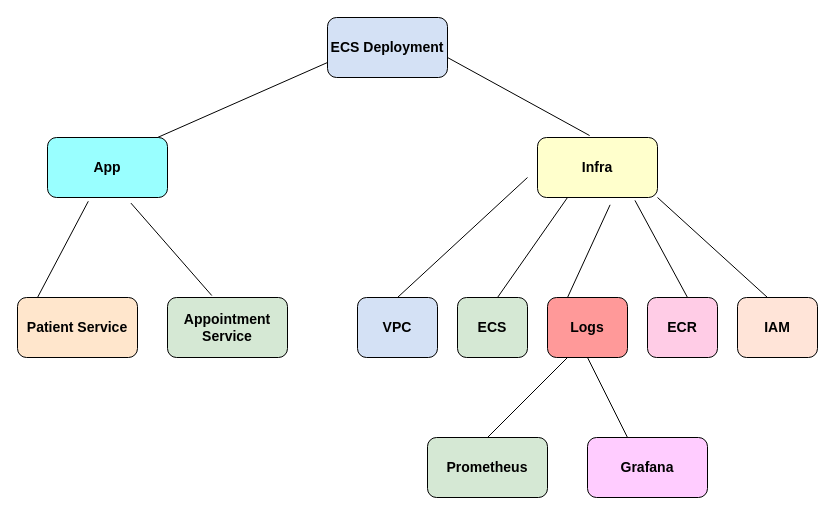
The draw.io diagram app/Untitled Diagram.drawio in agarapunaveen/NSH-usecase-1-demo, before the edit. Source tidied: cells renumbered, new cells numbered last; positions are measured from the earlier drawing's top-left corner, leaving out a move shared by most shapes. Both pictures are drawn from the tidied source at 100%, with x=0, y=0 at pixel (17, 17).
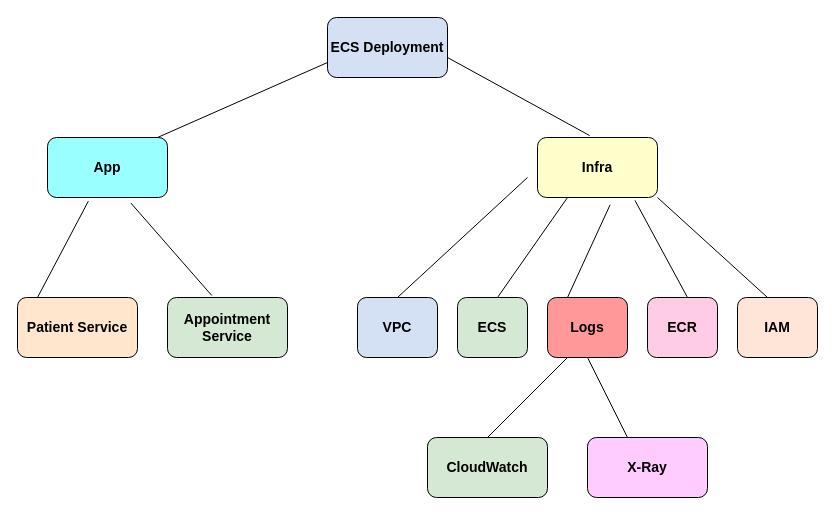
After the change.

Change to the diagram source:
```diff
@@
-    <mxCell id="12" value="&lt;b&gt;&lt;font style=&quot;font-size: 14px;&quot;&gt;Prometheus&lt;/font&gt;&lt;/b&gt;" style="rounded=1;whiteSpace=wrap;html=1;fillColor=light-dark(#D5E8D4,var(--ge-dark-color, #121212));" parent="1" vertex="1">
+    <mxCell id="12" value="&lt;b&gt;&lt;font style=&quot;font-size: 14px;&quot;&gt;CloudWatch&lt;/font&gt;&lt;/b&gt;" style="rounded=1;whiteSpace=wrap;html=1;fillColor=light-dark(#D5E8D4,var(--ge-dark-color, #121212));" parent="1" vertex="1">
       <mxGeometry x="410" y="420" width="120" height="60" as="geometry" />
     </mxCell>
-    <mxCell id="13" value="&lt;b&gt;&lt;font style=&quot;font-size: 14px;&quot;&gt;Grafana&lt;/font&gt;&lt;/b&gt;" style="rounded=1;whiteSpace=wrap;html=1;fillColor=light-dark(#FFCCFF,var(--ge-dark-color, #121212));" parent="1" vertex="1">
+    <mxCell id="13" value="&lt;b&gt;&lt;font style=&quot;font-size: 14px;&quot;&gt;X-Ray&lt;/font&gt;&lt;/b&gt;" style="rounded=1;whiteSpace=wrap;html=1;fillColor=light-dark(#FFCCFF,var(--ge-dark-color, #121212));" parent="1" vertex="1">
       <mxGeometry x="570" y="420" width="120" height="60" as="geometry" />
     </mxCell>
```
